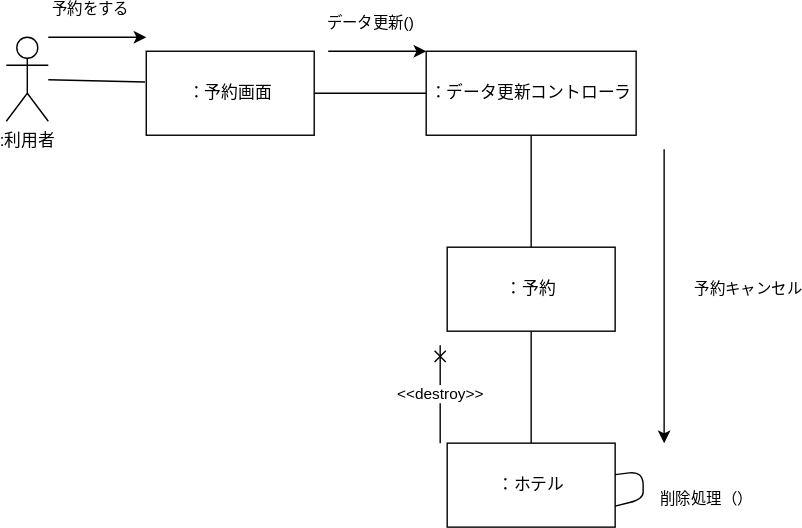
Before: 演習5-2_CD_予約登録削除.drawio.svg, a diagram exported from draw.io (HIKAKINsan/uml-introduction). Source tidied: cells renumbered, new cells last; positions are measured from the earlier drawing's top-left corner, leaving out a move shared by most shapes.
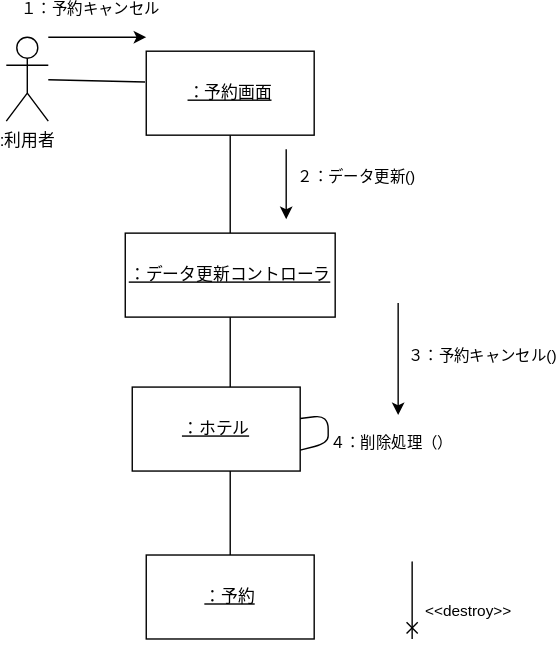
Later version of the same file.

The edit, as a diff of the source:
```diff
@@ -11,10 +11,10 @@
     <mxCell id="4" style="edgeStyle=none;html=1;endArrow=none;endFill=0;" parent="1" edge="1" source="5" target="8">
       <mxGeometry relative="1" as="geometry" />
     </mxCell>
-    <mxCell id="5" value="：予約画面" style="rounded=0;whiteSpace=wrap;html=1;" parent="1" vertex="1">
+    <mxCell id="5" value="&lt;u&gt;：予約画面&lt;/u&gt;" style="rounded=0;whiteSpace=wrap;html=1;" parent="1" vertex="1">
       <mxGeometry x="100" y="10" width="120" height="60" as="geometry" />
     </mxCell>
-    <mxCell id="6" value="予約をする" style="endArrow=classic;html=1;" parent="1" edge="1">
+    <mxCell id="6" value="１：予約キャンセル" style="endArrow=classic;html=1;" parent="1" edge="1">
       <mxGeometry x="-0.14" y="20" relative="1" as="geometry">
         <mxPoint x="30" as="sourcePoint" />
         <mxPoint x="100" as="targetPoint" />
@@ -23,39 +23,44 @@
     <mxCell id="7" style="edgeStyle=none;html=1;endArrow=none;endFill=0;" parent="1" edge="1" source="8" target="10">
       <mxGeometry relative="1" as="geometry" />
     </mxCell>
-    <mxCell id="8" value="：データ更新コントローラ" style="whiteSpace=wrap;html=1;rounded=0;" parent="1" vertex="1">
-      <mxGeometry x="300" y="10" width="150" height="60" as="geometry" />
+    <mxCell id="8" value="&lt;u&gt;：データ更新コントローラ&lt;/u&gt;" style="whiteSpace=wrap;html=1;rounded=0;" parent="1" vertex="1">
+      <mxGeometry x="85" y="140" width="150" height="60" as="geometry" />
     </mxCell>
-    <mxCell id="9" style="edgeStyle=none;html=1;endArrow=none;endFill=0;" parent="1" edge="1" source="10" target="11">
-      <mxGeometry relative="1" as="geometry" />
+    <mxCell id="9" style="edgeStyle=none;html=1;endArrow=none;endFill=0;" parent="1" edge="1" source="10">
+      <mxGeometry relative="1" as="geometry">
+        <mxPoint x="150" y="370" as="targetPoint" />
+      </mxGeometry>
     </mxCell>
-    <mxCell id="10" value="：予約" style="whiteSpace=wrap;html=1;rounded=0;" parent="1" vertex="1">
-      <mxGeometry x="315" y="150" width="120" height="60" as="geometry" />
+    <mxCell id="10" value="&lt;u&gt;：予約&lt;/u&gt;" style="whiteSpace=wrap;html=1;rounded=0;" parent="1" vertex="1">
+      <mxGeometry x="100" y="370" width="120" height="60" as="geometry" />
     </mxCell>
-    <mxCell id="11" value="：ホテル" style="whiteSpace=wrap;html=1;rounded=0;" parent="1" vertex="1">
-      <mxGeometry x="315" y="290" width="120" height="60" as="geometry" />
+    <mxCell id="11" value="&lt;u&gt;：ホテル&lt;/u&gt;" style="whiteSpace=wrap;html=1;rounded=0;" parent="1" vertex="1">
+      <mxGeometry x="90" y="250" width="120" height="60" as="geometry" />
     </mxCell>
-    <mxCell id="12" value="データ更新()" style="endArrow=classic;html=1;" parent="1" edge="1">
-      <mxGeometry x="-0.14" y="20" relative="1" as="geometry">
-        <mxPoint x="230" y="10" as="sourcePoint" />
-        <mxPoint x="300" y="10" as="targetPoint" />
+    <mxCell id="12" value="２：データ更新()" style="endArrow=classic;html=1;" parent="1" edge="1">
+      <mxGeometry x="-0.2" y="50" relative="1" as="geometry">
+        <mxPoint x="200" y="80" as="sourcePoint" />
+        <mxPoint x="200" y="130" as="targetPoint" />
       </mxGeometry>
     </mxCell>
-    <mxCell id="13" value="予約キャンセル" style="endArrow=classic;html=1;" parent="1" edge="1">
+    <mxCell id="13" value="３：予約キャンセル()" style="endArrow=classic;html=1;" parent="1" edge="1">
       <mxGeometry x="-0.05" y="60" relative="1" as="geometry">
-        <mxPoint x="470" y="80" as="sourcePoint" />
-        <mxPoint x="470" y="290" as="targetPoint" />
+        <mxPoint x="280" y="190" as="sourcePoint" />
+        <mxPoint x="280" y="270" as="targetPoint" />
       </mxGeometry>
     </mxCell>
-    <mxCell id="14" value="削除処理（）" style="edgeStyle=none;html=1;entryX=1;entryY=0.75;entryDx=0;entryDy=0;endArrow=none;endFill=0;" parent="1" edge="1" source="11" target="11">
+    <mxCell id="14" value="４：削除処理（）" style="edgeStyle=none;html=1;entryX=1;entryY=0.75;entryDx=0;entryDy=0;endArrow=none;endFill=0;" parent="1" edge="1" source="11" target="11">
       <mxGeometry x="0.32" y="45" relative="1" as="geometry">
         <mxPoint x="34" y="-44" as="offset" />
       </mxGeometry>
     </mxCell>
     <mxCell id="15" value="&amp;lt;&amp;lt;destroy&amp;gt;&amp;gt;" style="endArrow=cross;html=1;endFill=0;" parent="1" edge="1">
-      <mxGeometry relative="1" as="geometry">
-        <mxPoint x="310" y="290" as="sourcePoint" />
-        <mxPoint x="310" y="220" as="targetPoint" />
+      <mxGeometry x="0.67" y="40" relative="1" as="geometry">
+        <mxPoint x="290" y="430" as="sourcePoint" />
+        <mxPoint x="290" y="430" as="targetPoint" />
+        <Array as="points">
+          <mxPoint x="290" y="370" />
+        </Array>
       </mxGeometry>
     </mxCell>
   </root>
```
